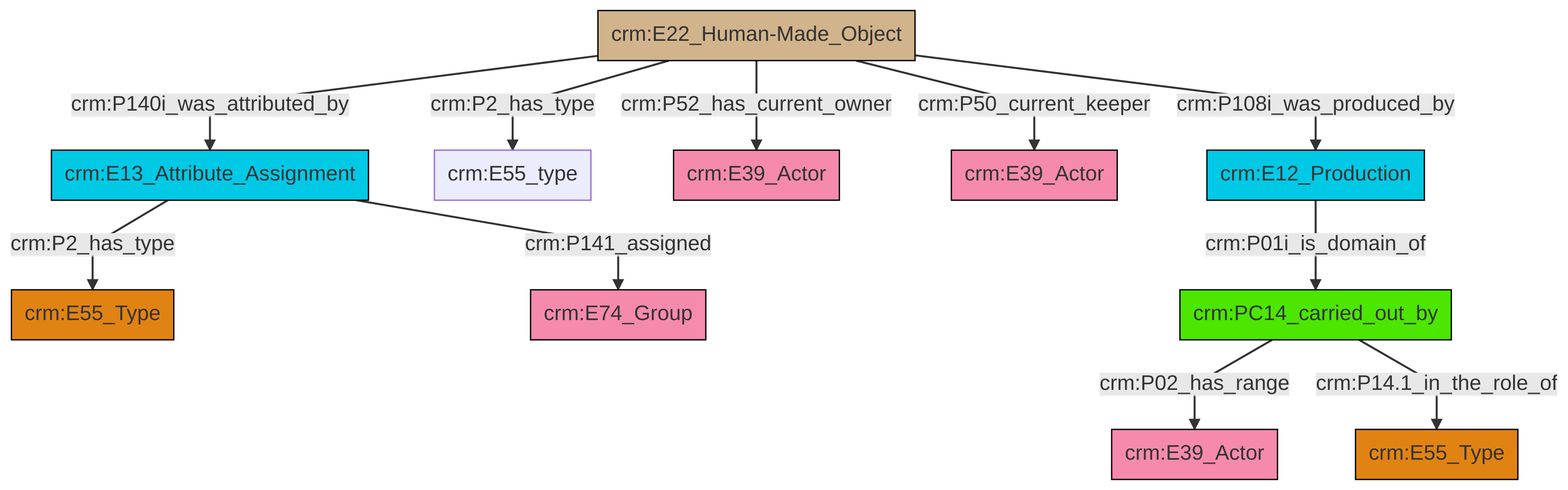
The Mermaid diagram et/artworkCSV/ttl/mmd/png/Artwork_Actor_Relations.png in swiss-art-research-net/reference-data-models, before a commit. Its source is kept beside it as et/artworkCSV/ttl/mmd/Artwork_Actor_Relations.ttl.mmd.
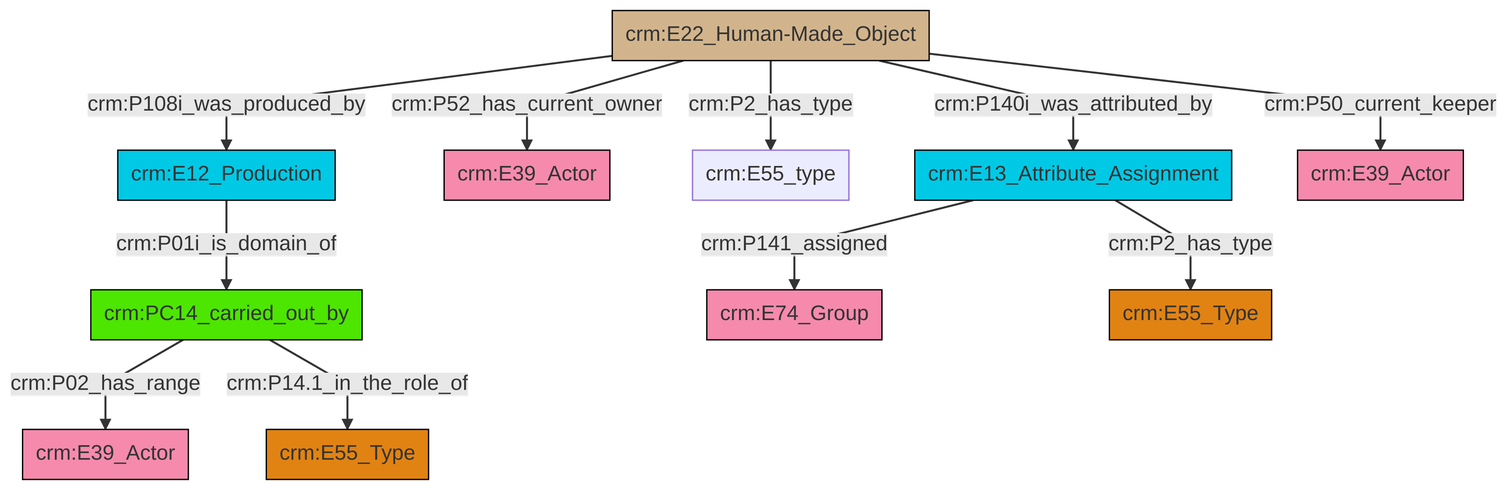
After the commit.

Change to the diagram source:
```diff
@@ -13,13 +13,13 @@
 classDef PC_Classes fill:#4ce600, stroke:#000000;
 classDef Multi fill:#cccccc,stroke:#000000;
 
-2["crm:E13_Attribute_Assignment"]:::Temporal_Entity -->|crm:P2_has_type| 3["crm:E55_Type"]:::Type
-4["crm:E22_Human-Made_Object"]:::Physical_Thing -->|crm:P140i_was_attributed_by| 2["crm:E13_Attribute_Assignment"]:::Temporal_Entity
-5["crm:PC14_carried_out_by"]:::PC_Classes -->|crm:P02_has_range| 0["crm:E39_Actor"]:::Actor
-5["crm:PC14_carried_out_by"]:::PC_Classes -->|crm:P14.1_in_the_role_of| 12["crm:E55_Type"]:::Type
-4["crm:E22_Human-Made_Object"]:::Physical_Thing -->|crm:P2_has_type| 10["crm:E55_type"]:::Default
-4["crm:E22_Human-Made_Object"]:::Physical_Thing -->|crm:P52_has_current_owner| 13["crm:E39_Actor"]:::Actor
-4["crm:E22_Human-Made_Object"]:::Physical_Thing -->|crm:P50_current_keeper| 8["crm:E39_Actor"]:::Actor
-20["crm:E12_Production"]:::Temporal_Entity -->|crm:P01i_is_domain_of| 5["crm:PC14_carried_out_by"]:::PC_Classes
-2["crm:E13_Attribute_Assignment"]:::Temporal_Entity -->|crm:P141_assigned| 14["crm:E74_Group"]:::Actor
-4["crm:E22_Human-Made_Object"]:::Physical_Thing -->|crm:P108i_was_produced_by| 20["crm:E12_Production"]:::Temporal_Entity
+0["crm:E12_Production"]:::Temporal_Entity -->|crm:P01i_is_domain_of| 1["crm:PC14_carried_out_by"]:::PC_Classes
+1["crm:PC14_carried_out_by"]:::PC_Classes -->|crm:P02_has_range| 2["crm:E39_Actor"]:::Actor
+5["crm:E22_Human-Made_Object"]:::Physical_Thing -->|crm:P2_has_type| 6["crm:E55_type"]:::Default
+1["crm:PC14_carried_out_by"]:::PC_Classes -->|crm:P14.1_in_the_role_of| 8["crm:E55_Type"]:::Type
+9["crm:E13_Attribute_Assignment"]:::Temporal_Entity -->|crm:P141_assigned| 10["crm:E74_Group"]:::Actor
+5["crm:E22_Human-Made_Object"]:::Physical_Thing -->|crm:P140i_was_attributed_by| 9["crm:E13_Attribute_Assignment"]:::Temporal_Entity
+5["crm:E22_Human-Made_Object"]:::Physical_Thing -->|crm:P108i_was_produced_by| 0["crm:E12_Production"]:::Temporal_Entity
+9["crm:E13_Attribute_Assignment"]:::Temporal_Entity -->|crm:P2_has_type| 12["crm:E55_Type"]:::Type
+5["crm:E22_Human-Made_Object"]:::Physical_Thing -->|crm:P50_current_keeper| 19["crm:E39_Actor"]:::Actor
+5["crm:E22_Human-Made_Object"]:::Physical_Thing -->|crm:P52_has_current_owner| 3["crm:E39_Actor"]:::Actor
```
